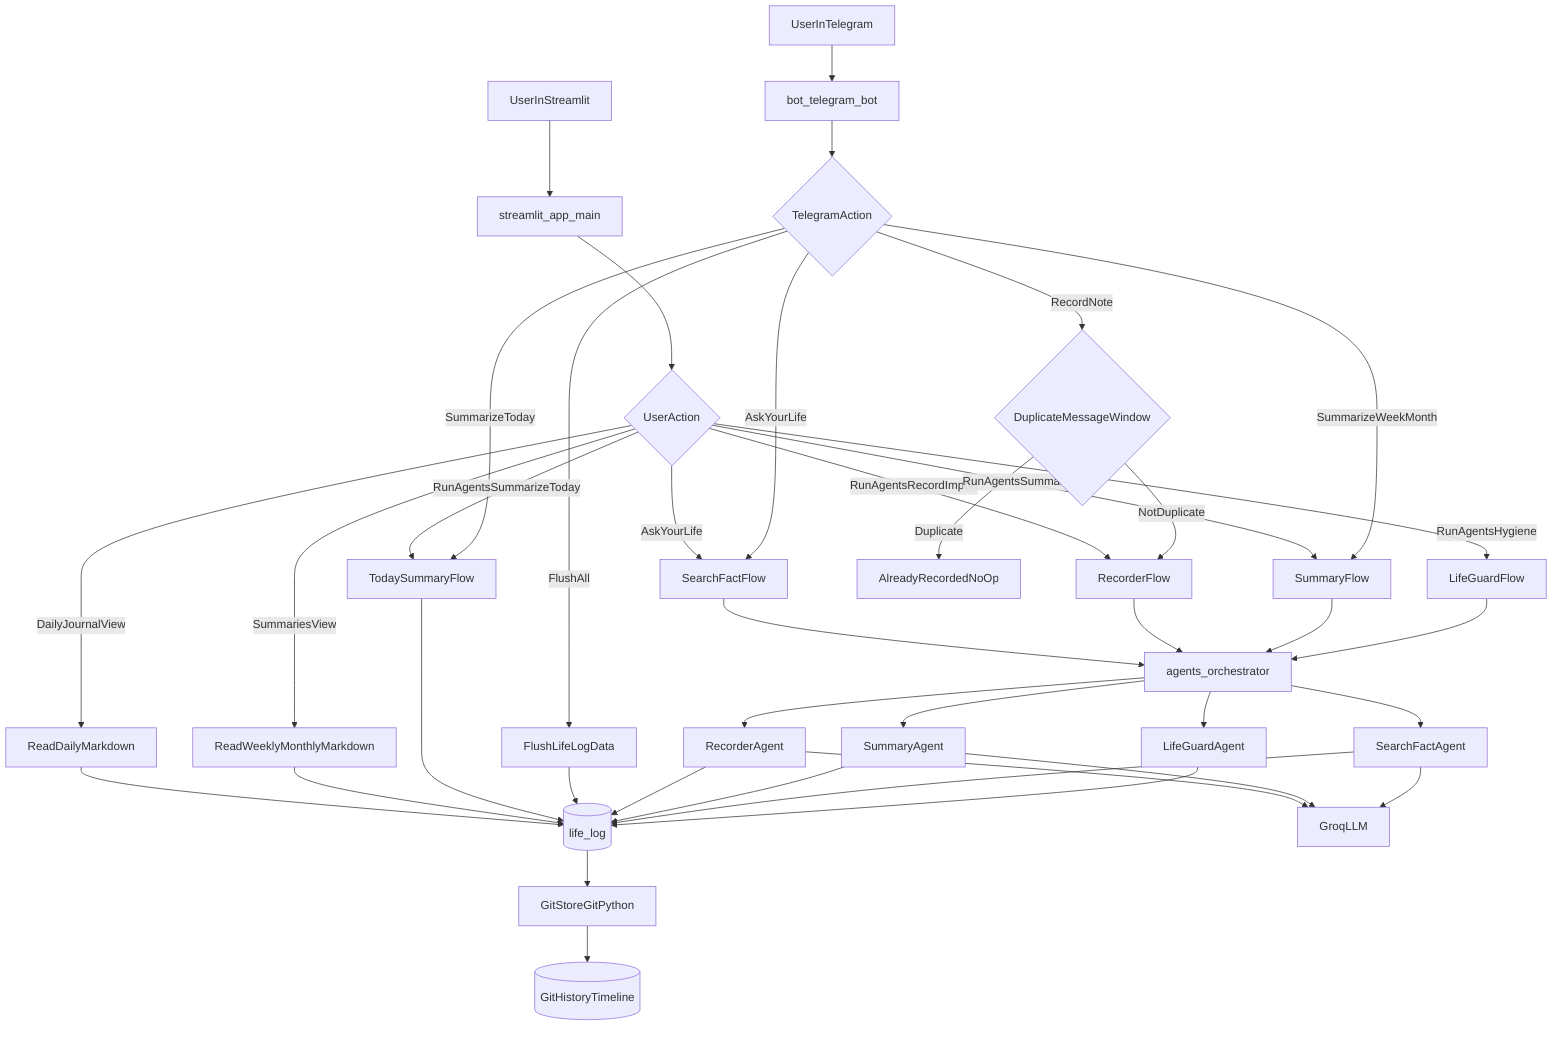
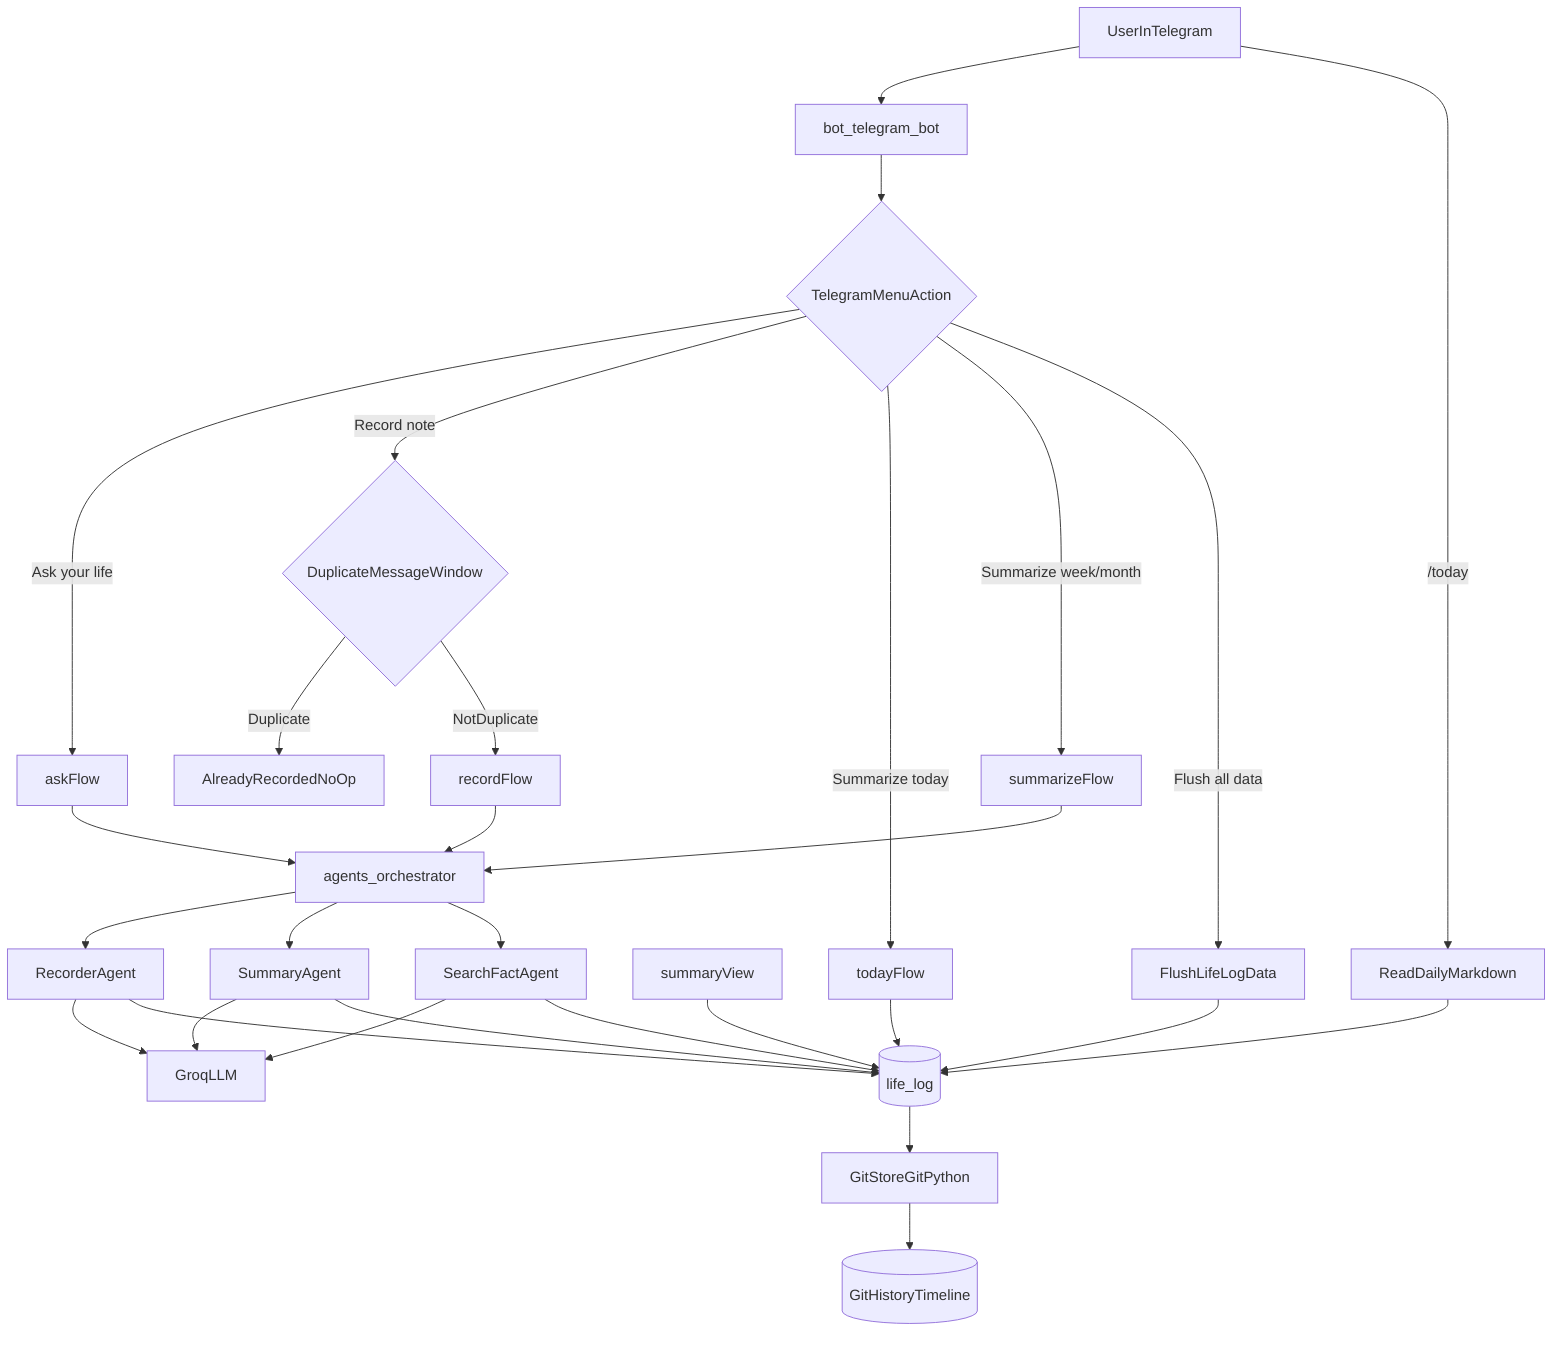
flowchart TD
-   webUser[UserInStreamlit] --> ui[streamlit_app_main]
  tgUser[UserInTelegram] --> tg[bot_telegram_bot]
-   ui --> nav{UserAction}
-   tg --> tgNav{TelegramAction}
- 
-   nav -->|DailyJournalView| dailyView[ReadDailyMarkdown]
-   nav -->|SummariesView| summaryView[ReadWeeklyMonthlyMarkdown]
-   nav -->|AskYourLife| askFlow[SearchFactFlow]
-   nav -->|RunAgentsRecordImport| recordFlow[RecorderFlow]
-   nav -->|RunAgentsSummarizeToday| todayFlow[TodaySummaryFlow]
-   nav -->|RunAgentsSummarize| summarizeFlow[SummaryFlow]
-   nav -->|RunAgentsHygiene| hygieneFlow[LifeGuardFlow]
-   tgNav -->|AskYourLife| askFlow
-   tgNav -->|RecordNote| dedupe{DuplicateMessageWindow}
+   tg --> tgNav{TelegramMenuAction}
+   tgUser -->|/today| dailyView[ReadDailyMarkdown]
+   tgNav -->|Ask your life| askFlow
+   tgNav -->|Record note| dedupe{DuplicateMessageWindow}
  dedupe -->|Duplicate| dedupeReturn[AlreadyRecordedNoOp]
  dedupe -->|NotDuplicate| recordFlow
-   tgNav -->|SummarizeToday| todayFlow
-   tgNav -->|SummarizeWeekMonth| summarizeFlow
-   tgNav -->|FlushAll| flushFlow[FlushLifeLogData]
+   tgNav -->|Summarize today| todayFlow
+   tgNav -->|Summarize week/month| summarizeFlow
+   tgNav -->|Flush all data| flushFlow[FlushLifeLogData]

  dailyView --> storage[(life_log)]
  summaryView --> storage
  todayFlow --> storage
  flushFlow --> storage

  askFlow --> orchestrator[agents_orchestrator]
  recordFlow --> orchestrator
  summarizeFlow --> orchestrator
-   hygieneFlow --> orchestrator

  orchestrator --> recorder[RecorderAgent]
  orchestrator --> summary[SummaryAgent]
  orchestrator --> search[SearchFactAgent]
-   orchestrator --> guard[LifeGuardAgent]

  recorder --> groq[GroqLLM]
  summary --> groq
  search --> groq

  recorder --> storage
  summary --> storage
  search --> storage
-   guard --> storage

  storage --> git[GitStoreGitPython]
  git --> history[(GitHistoryTimeline)]
